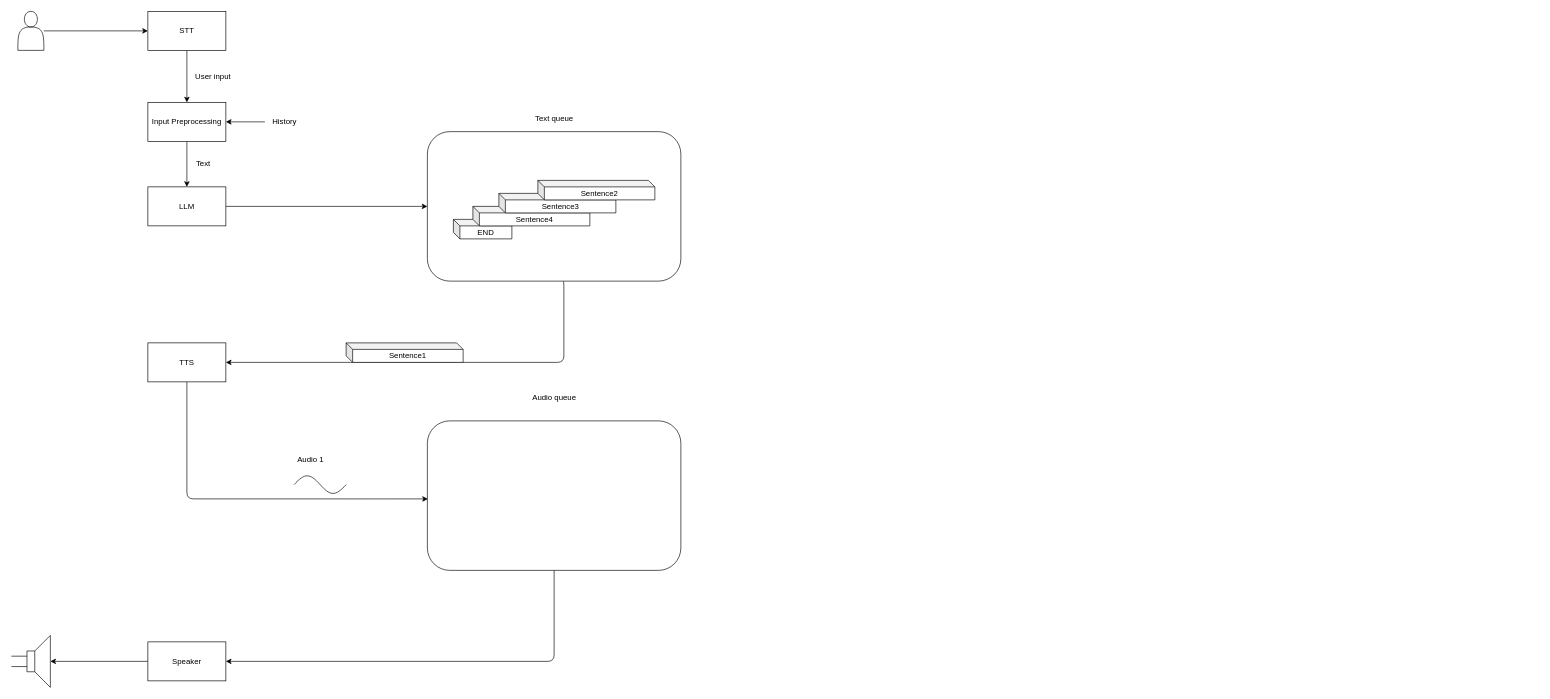
Above: arch/architecture.drawio in 480284856/AsyncAudioChat (draw.io), before the change. Source tidied: cells renumbered, new cells numbered last; positions are measured from the earlier drawing's top-left corner, leaving out a move shared by most shapes. Both pictures are drawn from the tidied source at 65%, with x=0, y=0 at pixel (11, 11).
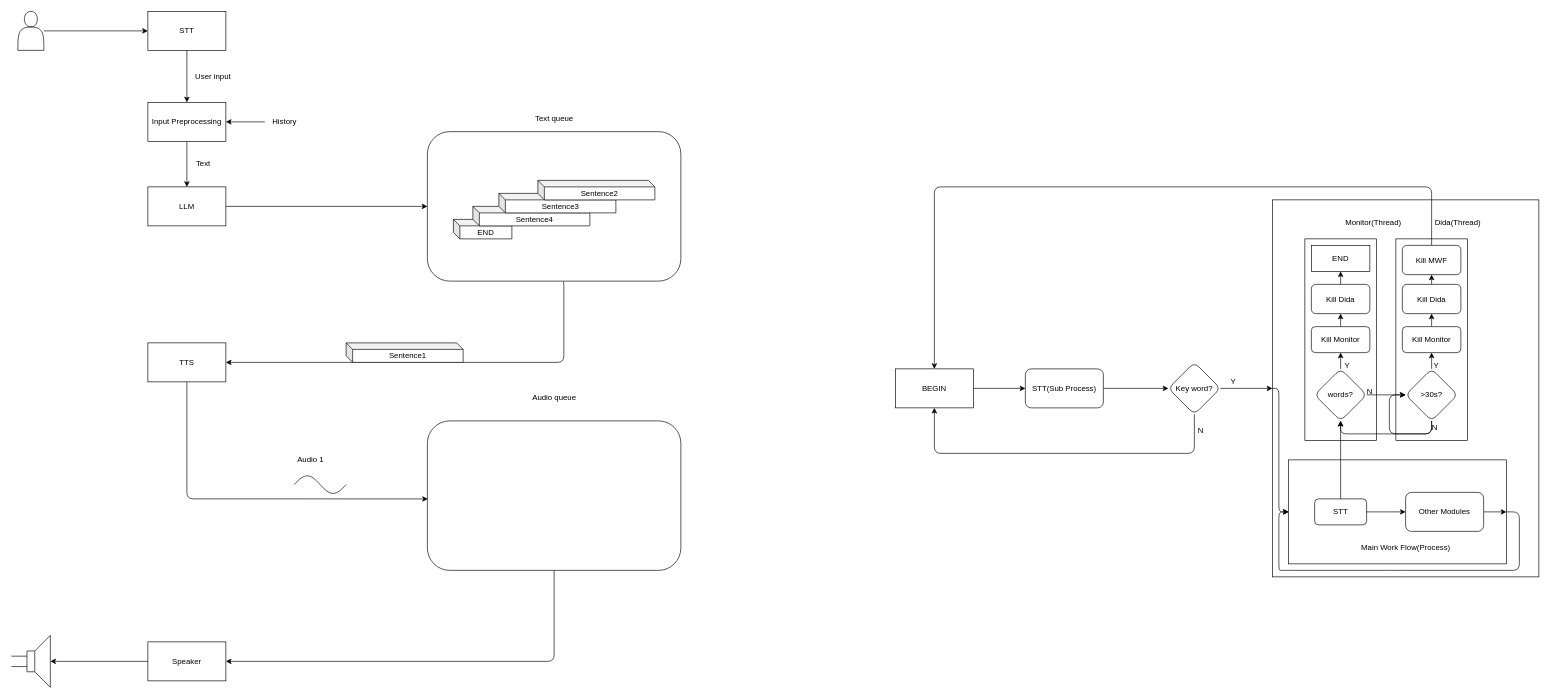
Above is the later version.

What changed in the source:
```diff
@@
+    <mxCell id="32" style="rounded=0;whiteSpace=wrap;html=1;" parent="1" vertex="1">
+      <mxGeometry x="1940" y="290" width="410" height="580" as="geometry" />
+    </mxCell>
+    <mxCell id="33" style="edgeStyle=none;html=1;exitX=0;exitY=0.5;exitDx=0;exitDy=0;entryX=0;entryY=0.5;entryDx=0;entryDy=0;" parent="1" edge="1" source="32" target="69">
+      <mxGeometry relative="1" as="geometry">
+        <Array as="points">
+          <mxPoint x="1950" y="580" />
+          <mxPoint x="1950" y="770" />
+        </Array>
+      </mxGeometry>
+    </mxCell>
+    <mxCell id="34" style="rounded=0;whiteSpace=wrap;html=1;" parent="1" vertex="1">
+      <mxGeometry x="2130" y="350" width="110" height="310" as="geometry" />
+    </mxCell>
+    <mxCell id="35" style="rounded=0;whiteSpace=wrap;html=1;" parent="1" vertex="1">
+      <mxGeometry x="1990" y="350" width="110" height="310" as="geometry" />
+    </mxCell>
@@
+    <mxCell id="36" style="edgeStyle=none;html=1;" parent="1" edge="1" source="37" target="40">
+      <mxGeometry relative="1" as="geometry" />
+    </mxCell>
+    <mxCell id="37" value="STT(Sub Process)" style="rounded=1;whiteSpace=wrap;html=1;" parent="1" vertex="1">
+      <mxGeometry x="1560" y="550" width="120" height="60" as="geometry" />
+    </mxCell>
+    <mxCell id="38" style="edgeStyle=none;html=1;entryX=0;entryY=0.5;entryDx=0;entryDy=0;" parent="1" edge="1" source="40" target="32">
+      <mxGeometry relative="1" as="geometry" />
+    </mxCell>
+    <mxCell id="39" style="edgeStyle=none;html=1;entryX=0.5;entryY=1;entryDx=0;entryDy=0;" parent="1" edge="1" source="40" target="42">
+      <mxGeometry relative="1" as="geometry">
+        <Array as="points">
+          <mxPoint x="1820" y="680" />
+          <mxPoint x="1420" y="680" />
+        </Array>
+      </mxGeometry>
+    </mxCell>
+    <mxCell id="40" value="Key word?" style="rhombus;whiteSpace=wrap;html=1;rounded=1;" parent="1" vertex="1">
+      <mxGeometry x="1780" y="540" width="80" height="80" as="geometry" />
+    </mxCell>
+    <mxCell id="41" style="edgeStyle=none;html=1;entryX=0;entryY=0.5;entryDx=0;entryDy=0;" parent="1" edge="1" source="42" target="37">
+      <mxGeometry relative="1" as="geometry" />
+    </mxCell>
+    <mxCell id="42" value="BEGIN" style="rounded=0;whiteSpace=wrap;html=1;" parent="1" vertex="1">
+      <mxGeometry x="1360" y="550" width="120" height="60" as="geometry" />
+    </mxCell>
+    <mxCell id="43" value="N" style="text;html=1;strokeColor=none;fillColor=none;align=center;verticalAlign=middle;whiteSpace=wrap;rounded=0;" parent="1" vertex="1">
+      <mxGeometry x="1800" y="630" width="60" height="30" as="geometry" />
+    </mxCell>
+    <mxCell id="44" value="Y" style="text;html=1;strokeColor=none;fillColor=none;align=center;verticalAlign=middle;whiteSpace=wrap;rounded=0;" parent="1" vertex="1">
+      <mxGeometry x="1860" y="560" width="40" height="20" as="geometry" />
+    </mxCell>
+    <mxCell id="45" style="edgeStyle=none;html=1;" parent="1" edge="1" source="47" target="49">
+      <mxGeometry relative="1" as="geometry" />
+    </mxCell>
+    <mxCell id="46" style="edgeStyle=none;html=1;entryX=0;entryY=0.5;entryDx=0;entryDy=0;" parent="1" edge="1" source="47" target="54">
+      <mxGeometry relative="1" as="geometry" />
+    </mxCell>
+    <mxCell id="47" value="words?" style="rhombus;whiteSpace=wrap;html=1;rounded=1;" parent="1" vertex="1">
+      <mxGeometry x="2005" y="550" width="80" height="80" as="geometry" />
+    </mxCell>
+    <mxCell id="48" style="edgeStyle=none;html=1;" parent="1" edge="1" source="49" target="61">
+      <mxGeometry relative="1" as="geometry" />
+    </mxCell>
+    <mxCell id="49" value="Kill Monitor" style="whiteSpace=wrap;html=1;rounded=1;" parent="1" vertex="1">
+      <mxGeometry x="2000" y="485" width="90" height="40" as="geometry" />
+    </mxCell>
+    <mxCell id="50" value="Y" style="text;html=1;align=center;verticalAlign=middle;strokeColor=none;fillColor=none;" parent="1" vertex="1">
+      <mxGeometry x="2040" y="530" width="30" height="30" as="geometry" />
+    </mxCell>
+    <mxCell id="51" style="edgeStyle=none;html=1;entryX=0.5;entryY=0;entryDx=0;entryDy=0;exitX=0.5;exitY=0;exitDx=0;exitDy=0;" parent="1" edge="1" source="68" target="42">
+      <mxGeometry relative="1" as="geometry">
+        <Array as="points">
+          <mxPoint x="2185" y="270" />
+          <mxPoint x="1420" y="270" />
+        </Array>
+      </mxGeometry>
+    </mxCell>
+    <mxCell id="52" style="edgeStyle=none;html=1;entryX=0.5;entryY=1;entryDx=0;entryDy=0;exitX=0.5;exitY=1;exitDx=0;exitDy=0;" parent="1" edge="1" source="54" target="47">
+      <mxGeometry relative="1" as="geometry">
+        <Array as="points">
+          <mxPoint x="2185" y="650" />
+          <mxPoint x="2045" y="650" />
+        </Array>
+      </mxGeometry>
+    </mxCell>
+    <mxCell id="53" style="edgeStyle=none;html=1;" parent="1" edge="1" source="54" target="63">
+      <mxGeometry relative="1" as="geometry" />
+    </mxCell>
+    <mxCell id="54" value="&amp;gt;30s?" style="rhombus;whiteSpace=wrap;html=1;rounded=1;" parent="1" vertex="1">
+      <mxGeometry x="2145" y="550" width="80" height="80" as="geometry" />
+    </mxCell>
+    <mxCell id="55" value="Dida(Thread)" style="text;html=1;align=center;verticalAlign=middle;strokeColor=none;fillColor=none;" parent="1" vertex="1">
+      <mxGeometry x="2180" y="310" width="90" height="30" as="geometry" />
+    </mxCell>
+    <mxCell id="56" value="&lt;span style=&quot;&quot;&gt;Monitor(&lt;/span&gt;Thread)" style="text;html=1;align=center;verticalAlign=middle;strokeColor=none;fillColor=none;" parent="1" vertex="1">
+      <mxGeometry x="2040" y="310" width="110" height="30" as="geometry" />
+    </mxCell>
+    <mxCell id="57" value="N" style="text;html=1;strokeColor=none;fillColor=none;align=center;verticalAlign=middle;whiteSpace=wrap;rounded=0;" parent="1" vertex="1">
+      <mxGeometry x="2080" y="575" width="20" height="20" as="geometry" />
+    </mxCell>
+    <mxCell id="58" value="N" style="text;html=1;strokeColor=none;fillColor=none;align=center;verticalAlign=middle;whiteSpace=wrap;rounded=0;" parent="1" vertex="1">
+      <mxGeometry x="2180" y="630" width="20" height="20" as="geometry" />
+    </mxCell>
+    <mxCell id="59" value="Y" style="text;html=1;strokeColor=none;fillColor=none;align=center;verticalAlign=middle;whiteSpace=wrap;rounded=0;" parent="1" vertex="1">
+      <mxGeometry x="2185" y="535" width="15" height="20" as="geometry" />
+    </mxCell>
+    <mxCell id="60" style="edgeStyle=none;html=1;entryX=0.5;entryY=1;entryDx=0;entryDy=0;" parent="1" edge="1" source="61" target="66">
+      <mxGeometry relative="1" as="geometry" />
+    </mxCell>
+    <mxCell id="61" value="Kill Dida" style="whiteSpace=wrap;html=1;rounded=1;" parent="1" vertex="1">
+      <mxGeometry x="2000" y="420" width="90" height="45" as="geometry" />
+    </mxCell>
+    <mxCell id="62" style="edgeStyle=none;html=1;entryX=0.5;entryY=1;entryDx=0;entryDy=0;" parent="1" edge="1" source="63" target="65">
+      <mxGeometry relative="1" as="geometry" />
+    </mxCell>
+    <mxCell id="63" value="Kill Monitor" style="whiteSpace=wrap;html=1;rounded=1;" parent="1" vertex="1">
+      <mxGeometry x="2140" y="485" width="90" height="40" as="geometry" />
+    </mxCell>
+    <mxCell id="64" style="edgeStyle=none;html=1;entryX=0.5;entryY=1;entryDx=0;entryDy=0;" parent="1" edge="1" source="65" target="68">
+      <mxGeometry relative="1" as="geometry" />
+    </mxCell>
+    <mxCell id="65" value="Kill Dida" style="whiteSpace=wrap;html=1;rounded=1;" parent="1" vertex="1">
+      <mxGeometry x="2140" y="420" width="90" height="45" as="geometry" />
+    </mxCell>
+    <mxCell id="66" value="END" style="rounded=0;whiteSpace=wrap;html=1;" parent="1" vertex="1">
+      <mxGeometry x="2000" y="360" width="90" height="40" as="geometry" />
+    </mxCell>
+    <mxCell id="67" style="edgeStyle=none;html=1;entryX=0;entryY=0.5;entryDx=0;entryDy=0;exitX=0.5;exitY=1;exitDx=0;exitDy=0;" parent="1" edge="1" source="54" target="54">
+      <mxGeometry relative="1" as="geometry">
+        <Array as="points">
+          <mxPoint x="2185" y="650" />
+          <mxPoint x="2120" y="650" />
+          <mxPoint x="2120" y="590" />
+        </Array>
+      </mxGeometry>
+    </mxCell>
+    <mxCell id="68" value="Kill MWF" style="whiteSpace=wrap;html=1;rounded=1;" parent="1" vertex="1">
+      <mxGeometry x="2140" y="360" width="90" height="45" as="geometry" />
+    </mxCell>
+    <mxCell id="69" style="rounded=0;whiteSpace=wrap;html=1;" parent="1" vertex="1">
+      <mxGeometry x="1965" y="690" width="335" height="160" as="geometry" />
+    </mxCell>
+    <mxCell id="70" value="STT" style="rounded=1;whiteSpace=wrap;html=1;" parent="1" vertex="1">
+      <mxGeometry x="2005" y="750" width="80" height="40" as="geometry" />
+    </mxCell>
+    <mxCell id="71" style="edgeStyle=none;html=1;exitX=1;exitY=0.5;exitDx=0;exitDy=0;entryX=1;entryY=0.5;entryDx=0;entryDy=0;" parent="1" edge="1" source="72" target="69">
+      <mxGeometry relative="1" as="geometry" />
+    </mxCell>
+    <mxCell id="72" value="Other Modules" style="whiteSpace=wrap;html=1;rounded=1;" parent="1" vertex="1">
+      <mxGeometry x="2145" y="740" width="120" height="60" as="geometry" />
+    </mxCell>
+    <mxCell id="73" style="edgeStyle=none;html=1;" parent="1" edge="1" source="70" target="72">
+      <mxGeometry relative="1" as="geometry" />
+    </mxCell>
+    <mxCell id="74" value="Main Work Flow(Process)" style="text;html=1;align=center;verticalAlign=middle;strokeColor=none;fillColor=none;" parent="1" vertex="1">
+      <mxGeometry x="2065" y="810" width="160" height="30" as="geometry" />
+    </mxCell>
+    <mxCell id="75" style="edgeStyle=none;html=1;entryX=0;entryY=0.5;entryDx=0;entryDy=0;exitX=1;exitY=0.5;exitDx=0;exitDy=0;" parent="1" edge="1" source="69" target="69">
+      <mxGeometry relative="1" as="geometry">
+        <Array as="points">
+          <mxPoint x="2320" y="770" />
+          <mxPoint x="2320" y="860" />
+          <mxPoint x="2130" y="860" />
+          <mxPoint x="1960" y="860" />
+          <mxPoint x="1950" y="860" />
+          <mxPoint x="1950" y="770" />
+        </Array>
+      </mxGeometry>
+    </mxCell>
+    <mxCell id="76" style="edgeStyle=none;html=1;exitX=0.5;exitY=0;exitDx=0;exitDy=0;" parent="1" edge="1" source="70" target="47">
+      <mxGeometry relative="1" as="geometry" />
+    </mxCell>
```
